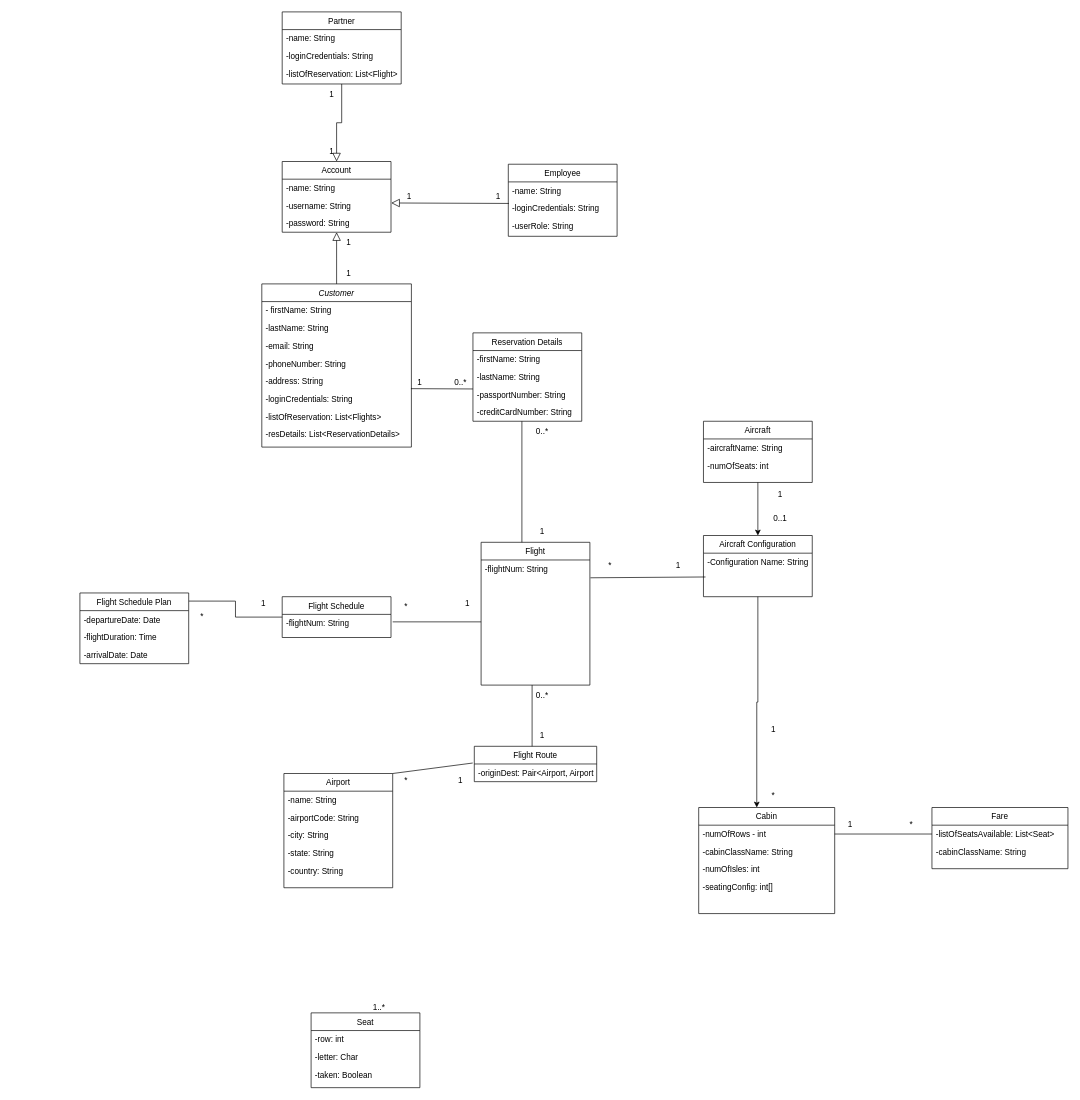
Before: Untitled Diagram.drawio in glennquah/Flight-Enterprise-System, a draw.io diagram. Source tidied: cells renumbered, new cells numbered last; positions are measured from the earlier drawing's top-left corner, leaving out a move shared by most shapes. Both pictures are drawn from the tidied source at 68%, with x=0, y=0 at pixel (80, 12).
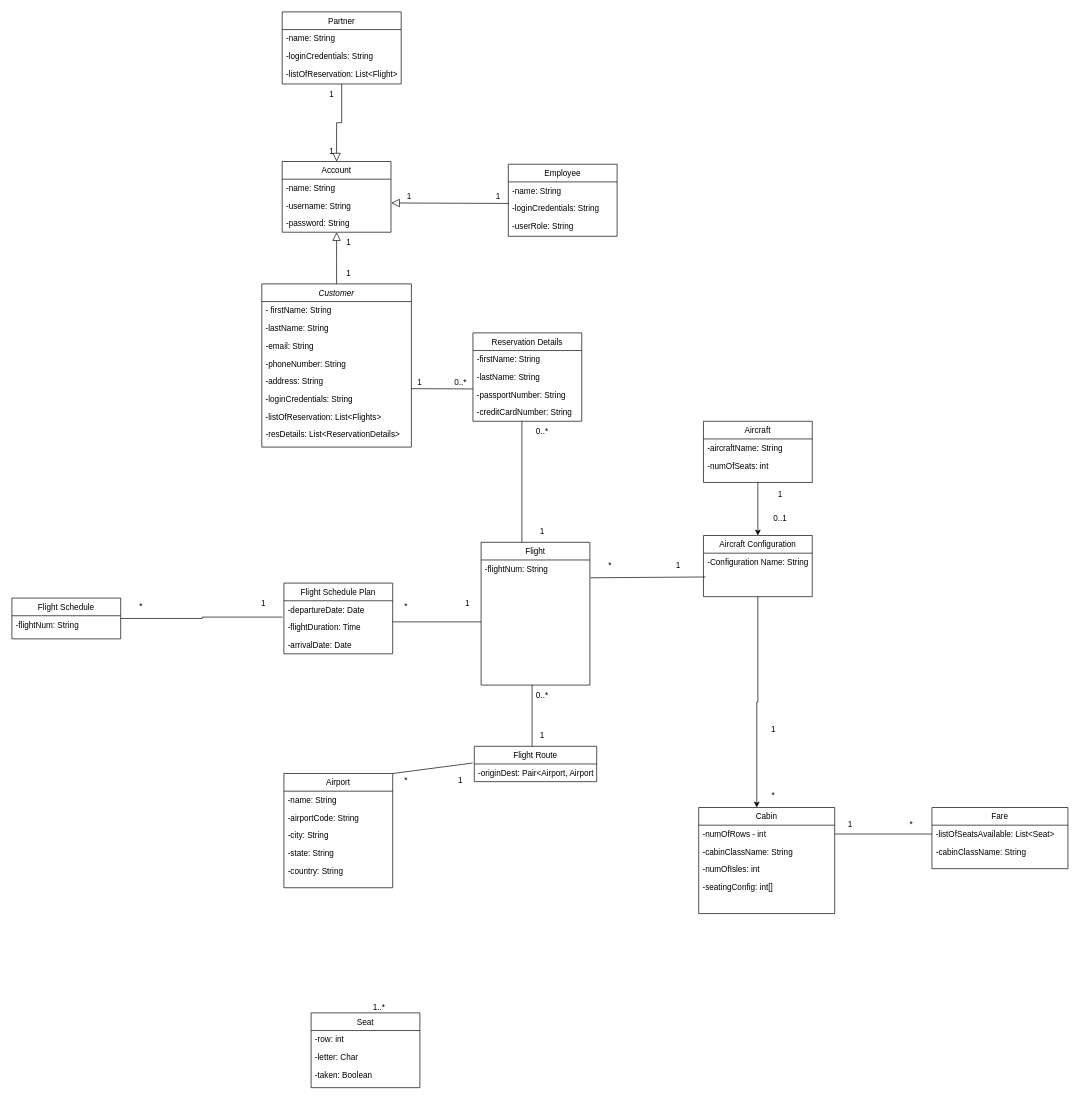
After the change.

Unchanged cells that the change refers to:
```xml
<mxCell id="82" value="-departureDate: Date" style="text;align=left;verticalAlign=top;spacingLeft=4;spacingRight=4;overflow=hidden;points=[[0,0.5],[1,0.5]];portConstraint=eastwest;" parent="81" vertex="1">
  <mxGeometry y="26" width="160" height="26" as="geometry" />
</mxCell>
```

The edit, as a diff of the source:
```diff
@@
     <mxCell id="79" value="Flight Schedule" style="swimlane;fontStyle=0;align=center;verticalAlign=top;horizontal=1;startSize=26;rounded=0;shadow=0;strokeWidth=1;" parent="1" vertex="1">
-      <mxGeometry x="297.5" y="860" width="160" height="60" as="geometry" />
+      <mxGeometry x="-100" y="862" width="160" height="60" as="geometry" />
     </mxCell>
@@
     <mxCell id="81" value="Flight Schedule Plan" style="swimlane;fontStyle=0;align=center;verticalAlign=top;horizontal=1;startSize=26;rounded=0;shadow=0;strokeWidth=1;" parent="1" vertex="1">
-      <mxGeometry y="854.5" width="160" height="104" as="geometry" />
+      <mxGeometry x="300" y="840" width="160" height="104" as="geometry" />
     </mxCell>
@@
-    <mxCell id="85" style="edgeStyle=orthogonalEdgeStyle;rounded=0;jettySize=auto;html=1;entryX=1.002;entryY=0.115;entryDx=0;entryDy=0;entryPerimeter=0;endArrow=none;endFill=0;" parent="1" edge="1" source="79" target="81">
+    <mxCell id="85" style="edgeStyle=orthogonalEdgeStyle;rounded=0;jettySize=auto;html=1;entryX=-0.012;entryY=0.923;entryDx=0;entryDy=0;entryPerimeter=0;endArrow=none;endFill=0;" parent="1" edge="1" source="79" target="82">
       <mxGeometry relative="1" as="geometry" />
     </mxCell>
     <mxCell id="86" value="*" style="text;html=1;strokeColor=none;fillColor=none;align=center;verticalAlign=middle;whiteSpace=wrap;rounded=0;" parent="1" vertex="1">
-      <mxGeometry x="150" y="875" width="60" height="30" as="geometry" />
+      <mxGeometry x="60" y="860" width="60" height="30" as="geometry" />
     </mxCell>
```
